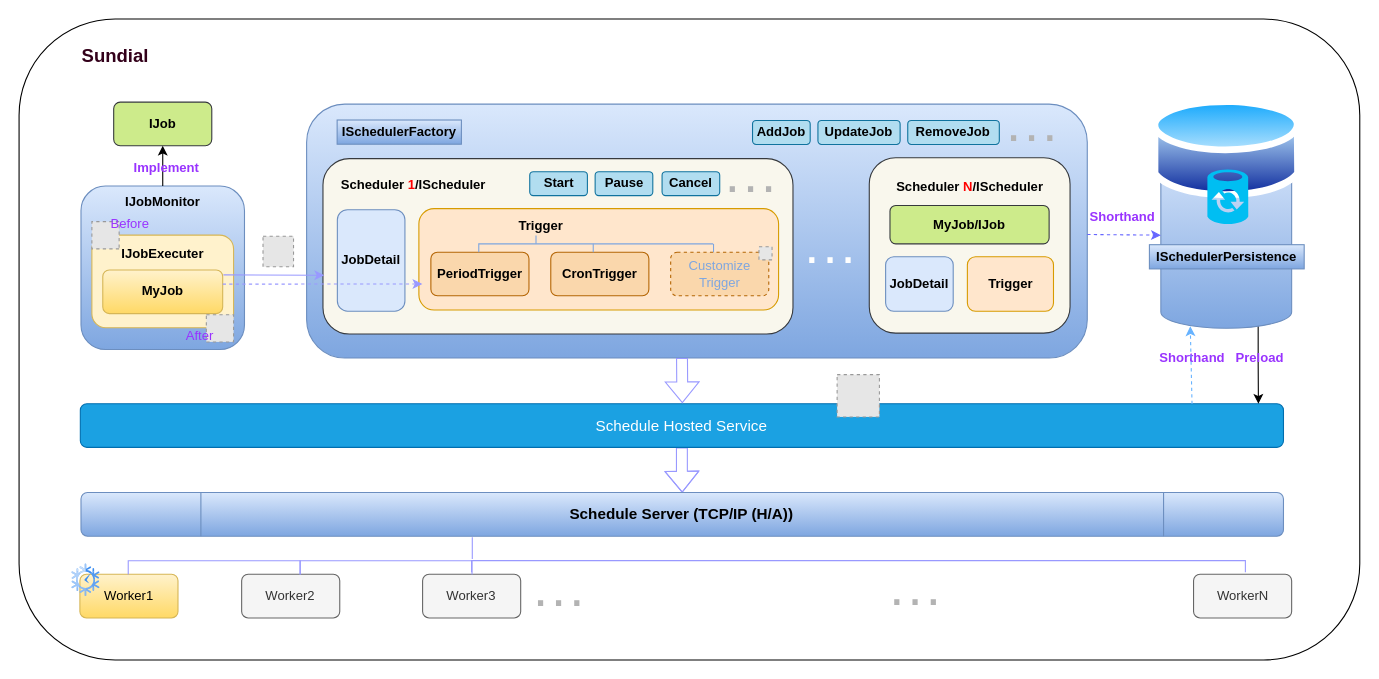
Before: drawio/Sundial.drawio in MonkSoul/Sundial, a draw.io diagram. Source tidied: cells renumbered, new cells numbered last; positions are measured from the earlier drawing's top-left corner, leaving out a move shared by most shapes. Both pictures are drawn from the tidied source at 109%, with x=0, y=0 at pixel (19, 19). Pictures stored in the file or linked from it are replaced by grey dashed boxes.
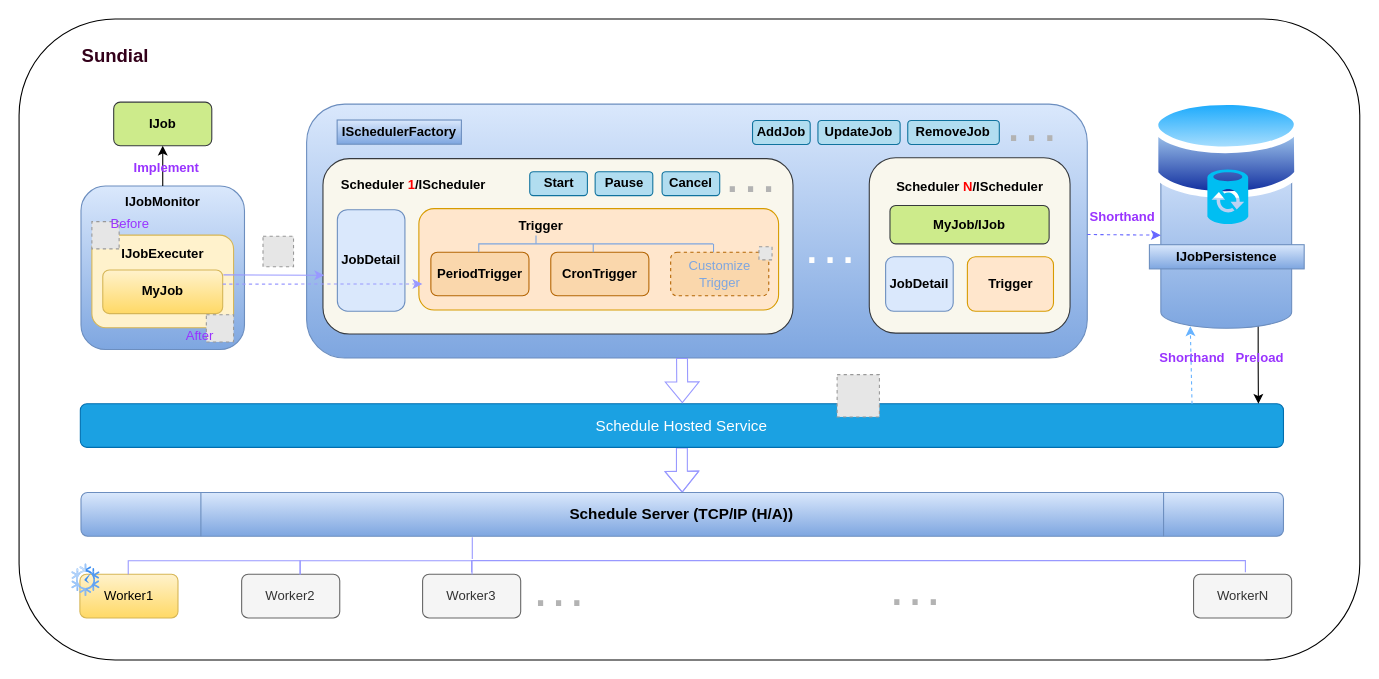
The same diagram, later.

The edit, as a diff of the source:
```diff
@@
-    <mxCell id="56" value="ISchedulerPersistence" style="rounded=0;whiteSpace=wrap;html=1;strokeColor=#6c8ebf;strokeWidth=1;fillColor=#dae8fc;gradientColor=#7ea6e0;fontStyle=1;" parent="1" vertex="1">
+    <mxCell id="56" value="IJobPersistence" style="rounded=0;whiteSpace=wrap;html=1;strokeColor=#6c8ebf;strokeWidth=1;fillColor=#dae8fc;gradientColor=#7ea6e0;fontStyle=1;" parent="1" vertex="1">
       <mxGeometry x="1037" y="207" width="142" height="22.2" as="geometry" />
     </mxCell>
```
